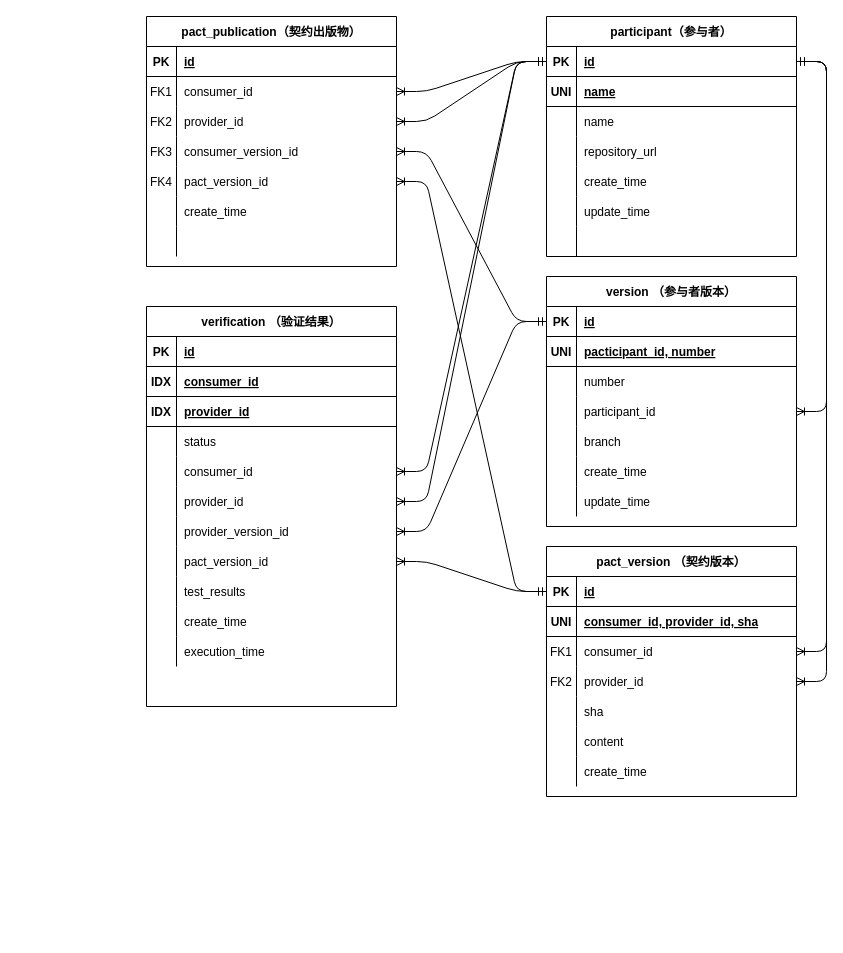
The draw.io diagram pact.drawio in panda-win/pact, before the edit. Source tidied: cells renumbered, new cells numbered last; positions are measured from the earlier drawing's top-left corner, leaving out a move shared by most shapes. Both pictures are drawn from the tidied source at 100%, with x=0, y=0 at pixel (146, 16).
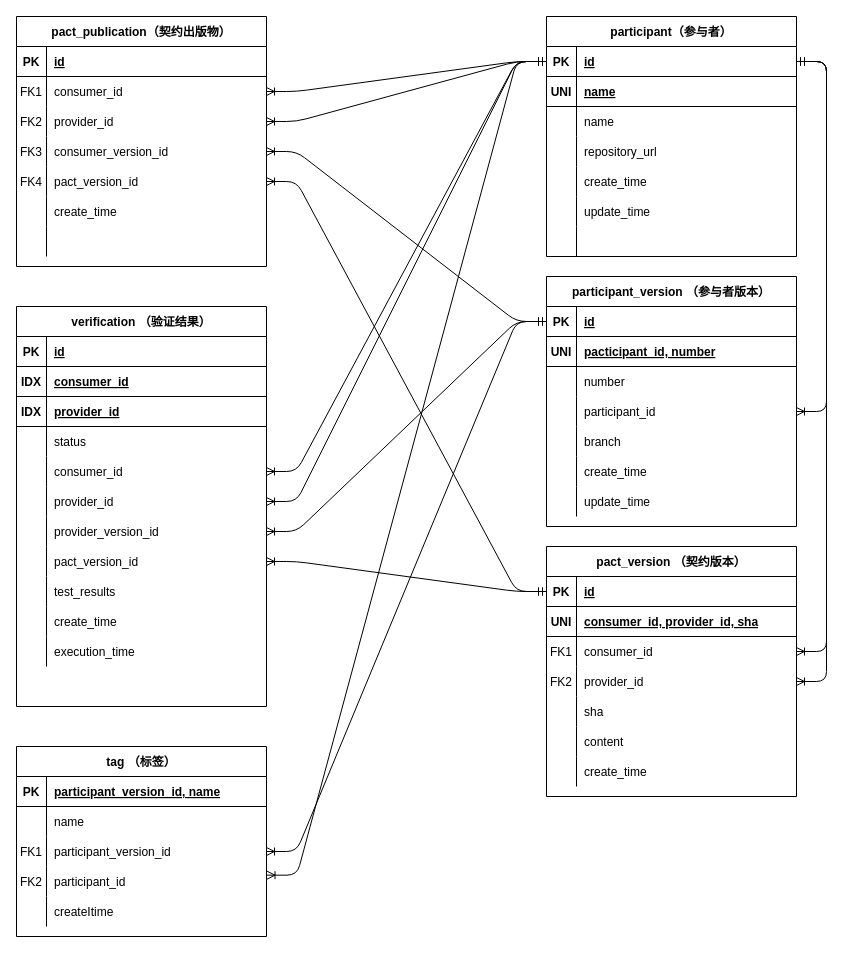
The same page after the edit.

The change refers to these unchanged cells:
```xml
<mxCell id="25" style="shape=partialRectangle;fillColor=none;points=[[0,0.5],[1,0.5]];portConstraint=eastwest;top=0;left=0;right=0;bottom=1;" parent="24" vertex="1">
  <mxGeometry y="30" width="250" height="30" as="geometry" />
</mxCell>
<mxCell id="47" style="shape=partialRectangle;fillColor=none;points=[[0,0.5],[1,0.5]];portConstraint=eastwest;top=0;left=0;right=0;bottom=1;" parent="46" vertex="1">
  <mxGeometry y="30" width="250" height="30" as="geometry" />
</mxCell>
```

What changed in the source:
```diff
@@
     <mxCell id="2" value="pact_publication（契约出版物）" style="shape=table;startSize=30;childLayout=tableLayout;rowLines=0;fontStyle=1;align=center;" parent="1" vertex="1">
-      <mxGeometry width="250" height="250" as="geometry" />
+      <mxGeometry x="-130" width="250" height="250" as="geometry" />
     </mxCell>
@@
-    <mxCell id="24" value="version （参与者版本）" style="shape=table;startSize=30;childLayout=tableLayout;rowLines=0;fontStyle=1;align=center;" parent="1" vertex="1">
+    <mxCell id="24" value="participant_version （参与者版本）" style="shape=table;startSize=30;childLayout=tableLayout;rowLines=0;fontStyle=1;align=center;" parent="1" vertex="1">
       <mxGeometry x="400" y="260" width="250" height="250" as="geometry" />
     </mxCell>
@@
     <mxCell id="95" value="verification （验证结果）" style="shape=table;startSize=30;childLayout=tableLayout;rowLines=0;fontStyle=1;align=center;" parent="1" vertex="1">
-      <mxGeometry y="290" width="250" height="400" as="geometry" />
+      <mxGeometry x="-130" y="290" width="250" height="400" as="geometry" />
     </mxCell>
@@
+    <mxCell id="135" value="tag （标签）" style="shape=table;startSize=30;childLayout=tableLayout;rowLines=0;fontStyle=1;align=center;" parent="1" vertex="1">
+      <mxGeometry x="-130" y="730" width="250" height="190" as="geometry" />
+    </mxCell>
+    <mxCell id="136" style="shape=partialRectangle;fillColor=none;top=0;left=0;bottom=1;right=0;" parent="135" vertex="1">
+      <mxGeometry y="30" width="250" height="30" as="geometry" />
+    </mxCell>
+    <mxCell id="137" value="PK" style="shape=partialRectangle;fillColor=none;top=0;left=0;bottom=0;right=0;fontStyle=1;overflow=hidden;" parent="136" vertex="1">
+      <mxGeometry width="30" height="30" as="geometry" />
+    </mxCell>
+    <mxCell id="138" value="participant_version_id, name" style="shape=partialRectangle;fillColor=none;top=0;left=0;bottom=0;right=0;align=left;spacingLeft=6;fontStyle=5;overflow=hidden;" parent="136" vertex="1">
+      <mxGeometry x="30" width="220" height="30" as="geometry" />
+    </mxCell>
+    <mxCell id="139" style="shape=partialRectangle;fillColor=none;top=0;left=0;bottom=0;right=0;" parent="135" vertex="1">
+      <mxGeometry y="60" width="250" height="30" as="geometry" />
+    </mxCell>
+    <mxCell id="140" style="shape=partialRectangle;fillColor=none;top=0;left=0;bottom=0;right=0;overflow=hidden;" parent="139" vertex="1">
+      <mxGeometry width="30" height="30" as="geometry" />
+    </mxCell>
+    <mxCell id="141" value="name" style="shape=partialRectangle;fillColor=none;top=0;left=0;bottom=0;right=0;align=left;spacingLeft=6;overflow=hidden;" parent="139" vertex="1">
+      <mxGeometry x="30" width="220" height="30" as="geometry" />
+    </mxCell>
+    <mxCell id="142" style="shape=partialRectangle;fillColor=none;top=0;left=0;bottom=0;right=0;points=[[0,0.5],[1,0.5]];portConstraint=eastwest;" parent="135" vertex="1">
+      <mxGeometry y="90" width="250" height="30" as="geometry" />
+    </mxCell>
+    <mxCell id="143" value="FK1" style="shape=partialRectangle;fillColor=none;top=0;left=0;bottom=0;right=0;overflow=hidden;" parent="142" vertex="1">
+      <mxGeometry width="30" height="30" as="geometry" />
+    </mxCell>
+    <mxCell id="144" value="participant_version_id" style="shape=partialRectangle;fillColor=none;top=0;left=0;bottom=0;right=0;align=left;spacingLeft=6;overflow=hidden;" parent="142" vertex="1">
+      <mxGeometry x="30" width="220" height="30" as="geometry" />
+    </mxCell>
+    <mxCell id="145" style="shape=partialRectangle;fillColor=none;top=0;left=0;bottom=0;right=0;points=[[0,0.5],[1,0.5]];portConstraint=eastwest;" parent="135" vertex="1">
+      <mxGeometry y="120" width="250" height="30" as="geometry" />
+    </mxCell>
+    <mxCell id="146" value="FK2" style="shape=partialRectangle;fillColor=none;top=0;left=0;bottom=0;right=0;overflow=hidden;" parent="145" vertex="1">
+      <mxGeometry width="30" height="30" as="geometry" />
+    </mxCell>
+    <mxCell id="147" value="participant_id" style="shape=partialRectangle;fillColor=none;top=0;left=0;bottom=0;right=0;align=left;spacingLeft=6;overflow=hidden;" parent="145" vertex="1">
+      <mxGeometry x="30" width="220" height="30" as="geometry" />
+    </mxCell>
+    <mxCell id="148" style="shape=partialRectangle;fillColor=none;top=0;left=0;bottom=0;right=0;" parent="135" vertex="1">
+      <mxGeometry y="150" width="250" height="30" as="geometry" />
+    </mxCell>
+    <mxCell id="149" style="shape=partialRectangle;fillColor=none;top=0;left=0;bottom=0;right=0;overflow=hidden;" parent="148" vertex="1">
+      <mxGeometry width="30" height="30" as="geometry" />
+    </mxCell>
+    <mxCell id="150" value="createItime" style="shape=partialRectangle;fillColor=none;top=0;left=0;bottom=0;right=0;align=left;spacingLeft=6;overflow=hidden;" parent="148" vertex="1">
+      <mxGeometry x="30" width="220" height="30" as="geometry" />
+    </mxCell>
+    <mxCell id="151" style="edgeStyle=entityRelationEdgeStyle;fontSize=12;html=1;endArrow=ERoneToMany;startArrow=ERmandOne;entryX=1;entryY=0.5;entryDx=0;entryDy=0;exitX=0;exitY=0.5;exitDx=0;exitDy=0;" parent="1" edge="1" source="25" target="142">
+      <mxGeometry relative="1" as="geometry" />
+    </mxCell>
+    <mxCell id="152" style="edgeStyle=entityRelationEdgeStyle;fontSize=12;html=1;endArrow=ERoneToMany;startArrow=ERmandOne;entryX=1.002;entryY=0.289;entryDx=0;entryDy=0;exitX=0;exitY=0.5;exitDx=0;exitDy=0;entryPerimeter=0;" parent="1" edge="1" source="47" target="145">
+      <mxGeometry relative="1" as="geometry" />
+    </mxCell>
```
